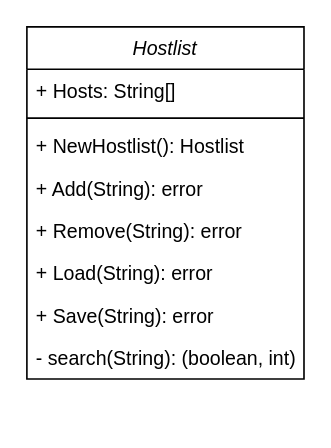
soner3/net-scan keeps this draw.io diagram as Architecture.drawio. Above is the earlier version. Source tidied: cells renumbered, new cells numbered last; positions are measured from the earlier drawing's top-left corner, leaving out a move shared by most shapes. Both pictures are drawn from the tidied source at 163%, with x=0, y=0 at pixel (26, 26).
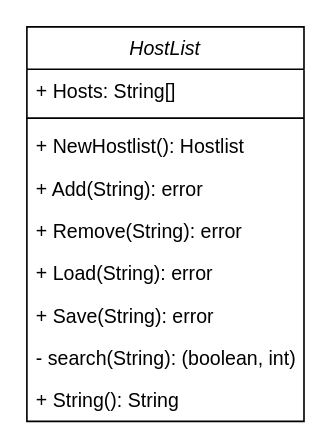
Above is the later version.

The edit, as a diff of the source:
```diff
@@
 <mxGraphModel>
   <root>
     <mxCell id="0" />
     <mxCell id="1" parent="0" />
-    <mxCell id="2" value="Hostlist" style="swimlane;fontStyle=2;align=center;verticalAlign=top;horizontal=1;startSize=26;rounded=0;shadow=0;strokeWidth=1;" parent="1" vertex="1">
-      <mxGeometry width="170" height="216" as="geometry" />
+    <mxCell id="2" value="HostList" style="swimlane;fontStyle=2;align=center;verticalAlign=top;horizontal=1;startSize=26;rounded=0;shadow=0;strokeWidth=1;" parent="1" vertex="1">
+      <mxGeometry width="170" height="242" as="geometry" />
     </mxCell>
     <mxCell id="3" value="+ Hosts: String[]" style="text;align=left;verticalAlign=top;spacingLeft=4;spacingRight=4;overflow=hidden;" parent="2" vertex="1">
       <mxGeometry y="26" width="170" height="26" as="geometry" />
     </mxCell>
     <mxCell id="4" style="line;html=1;strokeWidth=1;align=left;verticalAlign=middle;spacingTop=-1;spacingLeft=3;spacingRight=3;labelPosition=right;" parent="2" vertex="1">
       <mxGeometry y="52" width="170" height="8" as="geometry" />
     </mxCell>
     <mxCell id="5" value="+ NewHostlist(): Hostlist" style="text;align=left;verticalAlign=top;spacingLeft=4;spacingRight=4;overflow=hidden;" parent="2" vertex="1">
       <mxGeometry y="60" width="170" height="26" as="geometry" />
     </mxCell>
     <mxCell id="6" value="+ Add(String): error" style="text;align=left;verticalAlign=top;spacingLeft=4;spacingRight=4;overflow=hidden;" parent="2" vertex="1">
       <mxGeometry y="86" width="170" height="26" as="geometry" />
     </mxCell>
     <mxCell id="7" value="+ Remove(String): error" style="text;align=left;verticalAlign=top;spacingLeft=4;spacingRight=4;overflow=hidden;" parent="2" vertex="1">
       <mxGeometry y="112" width="170" height="26" as="geometry" />
     </mxCell>
     <mxCell id="8" value="+ Load(String): error" style="text;align=left;verticalAlign=top;spacingLeft=4;spacingRight=4;overflow=hidden;" parent="2" vertex="1">
       <mxGeometry y="138" width="170" height="26" as="geometry" />
     </mxCell>
     <mxCell id="9" value="+ Save(String): error" style="text;align=left;verticalAlign=top;spacingLeft=4;spacingRight=4;overflow=hidden;" parent="2" vertex="1">
       <mxGeometry y="164" width="170" height="26" as="geometry" />
     </mxCell>
     <mxCell id="10" value="- search(String): (boolean, int)" style="text;align=left;verticalAlign=top;spacingLeft=4;spacingRight=4;overflow=hidden;" parent="2" vertex="1">
       <mxGeometry y="190" width="170" height="26" as="geometry" />
     </mxCell>
+    <mxCell id="11" value="+ String(): String" style="text;align=left;verticalAlign=top;spacingLeft=4;spacingRight=4;overflow=hidden;" parent="2" vertex="1">
+      <mxGeometry y="216" width="170" height="26" as="geometry" />
+    </mxCell>
   </root>
 </mxGraphModel>
```
